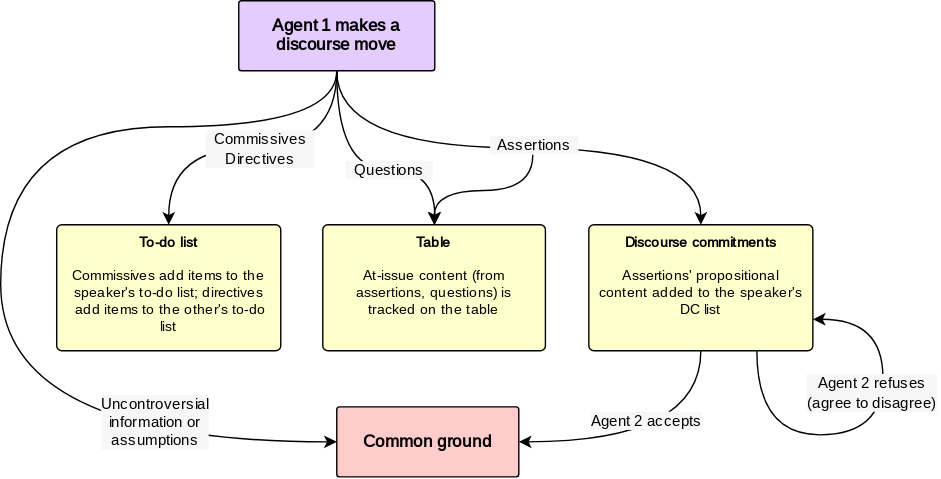
Before: assets/images/discourse-sim-fig2.svg, a diagram exported from draw.io (jakewvincent/jakewvincent.github.io). Source tidied: cells renumbered, new cells last; positions are measured from the earlier drawing's top-left corner, leaving out a move shared by most shapes. Its diagram source:
```xml
<mxGraphModel>
  <root>
    <mxCell id="0" />
    <mxCell id="1" parent="0" />
    <mxCell id="2" style="edgeStyle=orthogonalEdgeStyle;rounded=0;jettySize=auto;html=1;exitX=0.5;exitY=0;exitDx=0;exitDy=0;curved=1;startArrow=classic;startFill=1;endArrow=none;endFill=0;fontFamily=Merriweather Sans;fontSource=https%3A%2F%2Ffonts.googleapis.com%2Fcss%3Ffamily%3DMerriweather%2BSans;" parent="1" edge="1" source="14">
      <mxGeometry relative="1" as="geometry">
        <mxPoint x="380" y="110" as="targetPoint" />
      </mxGeometry>
    </mxCell>
    <mxCell id="3" style="edgeStyle=orthogonalEdgeStyle;rounded=0;jettySize=auto;html=1;exitX=0.5;exitY=1;exitDx=0;exitDy=0;entryX=0;entryY=0.5;entryDx=0;entryDy=0;curved=1;fontFamily=Merriweather Sans;fontSource=https%3A%2F%2Ffonts.googleapis.com%2Fcss%3Ffamily%3DMerriweather%2BSans;" parent="1" edge="1" source="11" target="12">
      <mxGeometry relative="1" as="geometry">
        <Array as="points">
          <mxPoint x="240" y="90" />
          <mxPoint y="90" />
          <mxPoint y="315" />
        </Array>
      </mxGeometry>
    </mxCell>
    <mxCell id="4" value="Uncontroversial&lt;div&gt;information or&lt;/div&gt;&lt;div&gt;assumptions&lt;/div&gt;" style="edgeLabel;html=1;align=center;verticalAlign=middle;fontFamily=Merriweather Sans;fontSource=https%3A%2F%2Ffonts.googleapis.com%2Fcss%3Ffamily%3DMerriweather%2BSans;labelBackgroundColor=#F7F7F7;" parent="3" vertex="1">
      <mxGeometry x="-0.04" relative="1" as="geometry">
        <mxPoint x="110" y="132" as="offset" />
      </mxGeometry>
    </mxCell>
    <mxCell id="5" style="edgeStyle=orthogonalEdgeStyle;rounded=0;jettySize=auto;html=1;exitX=0.5;exitY=1;exitDx=0;exitDy=0;entryX=0.5;entryY=0;entryDx=0;entryDy=0;curved=1;fontFamily=Merriweather Sans;fontSource=https%3A%2F%2Ffonts.googleapis.com%2Fcss%3Ffamily%3DMerriweather%2BSans;" parent="1" edge="1" source="11" target="13">
      <mxGeometry relative="1" as="geometry" />
    </mxCell>
    <mxCell id="6" value="&amp;nbsp; Commissives &amp;nbsp;&lt;div&gt;Directives&lt;/div&gt;" style="edgeLabel;html=1;align=center;verticalAlign=middle;fontFamily=Merriweather Sans;fontSource=https%3A%2F%2Ffonts.googleapis.com%2Fcss%3Ffamily%3DMerriweather%2BSans;labelBackgroundColor=#F7F7F7;" parent="5" vertex="1">
      <mxGeometry x="-0.04" y="1" relative="1" as="geometry" />
    </mxCell>
    <mxCell id="7" style="edgeStyle=orthogonalEdgeStyle;rounded=0;jettySize=auto;html=1;exitX=0.5;exitY=1;exitDx=0;exitDy=0;entryX=0.5;entryY=0;entryDx=0;entryDy=0;curved=1;fontFamily=Merriweather Sans;fontSource=https%3A%2F%2Ffonts.googleapis.com%2Fcss%3Ffamily%3DMerriweather%2BSans;" parent="1" edge="1" source="11" target="14">
      <mxGeometry relative="1" as="geometry">
        <Array as="points">
          <mxPoint x="240" y="120" />
          <mxPoint x="310" y="120" />
          <mxPoint x="310" y="160" />
        </Array>
      </mxGeometry>
    </mxCell>
    <mxCell id="8" value="&amp;nbsp; Questions &amp;nbsp;" style="edgeLabel;html=1;align=center;verticalAlign=middle;fontFamily=Merriweather Sans;fontSource=https%3A%2F%2Ffonts.googleapis.com%2Fcss%3Ffamily%3DMerriweather%2BSans;labelBackgroundColor=#F7F7F7;" parent="7" vertex="1">
      <mxGeometry x="-0.07" y="-1" relative="1" as="geometry">
        <mxPoint x="22" as="offset" />
      </mxGeometry>
    </mxCell>
    <mxCell id="9" style="edgeStyle=orthogonalEdgeStyle;rounded=0;jettySize=auto;html=1;exitX=0.5;exitY=1;exitDx=0;exitDy=0;entryX=0.5;entryY=0;entryDx=0;entryDy=0;curved=1;fontFamily=Merriweather Sans;fontSource=https%3A%2F%2Ffonts.googleapis.com%2Fcss%3Ffamily%3DMerriweather%2BSans;" parent="1" edge="1" source="11" target="17">
      <mxGeometry relative="1" as="geometry" />
    </mxCell>
    <mxCell id="10" value="&amp;nbsp; Assertions &amp;nbsp;" style="edgeLabel;html=1;align=center;verticalAlign=middle;fontFamily=Merriweather Sans;fontSource=https%3A%2F%2Ffonts.googleapis.com%2Fcss%3Ffamily%3DMerriweather%2BSans;spacingLeft=0;spacingBottom=0;spacing=2;labelPadding=0;noLabel=0;labelBackgroundColor=#F7F7F7;" parent="9" vertex="1">
      <mxGeometry x="0.02" y="2" relative="1" as="geometry">
        <mxPoint x="7" as="offset" />
      </mxGeometry>
    </mxCell>
    <mxCell id="11" value="&lt;font style=&quot;font-size: 12px;&quot;&gt;&lt;b&gt;Agent 1 makes a discourse move&lt;/b&gt;&lt;/font&gt;" style="rounded=1;whiteSpace=wrap;html=1;verticalAlign=top;spacingTop=4;arcSize=4;fontFamily=Merriweather Sans;fontSource=https%3A%2F%2Ffonts.googleapis.com%2Fcss%3Ffamily%3DMerriweather%2BSans;fontSize=10;fillColor=#E5CCFF;spacingLeft=5;spacingBottom=5;spacingRight=5;" parent="1" vertex="1">
      <mxGeometry x="170" width="140" height="50" as="geometry" />
    </mxCell>
    <mxCell id="12" value="&lt;font style=&quot;font-size: 12px;&quot;&gt;&lt;b&gt;Common ground&lt;/b&gt;&lt;/font&gt;" style="rounded=1;whiteSpace=wrap;html=1;verticalAlign=middle;arcSize=4;glass=0;miterlimit=4;fillColor=#FFCCCC;fontFamily=Merriweather Sans;fontSource=https%3A%2F%2Ffonts.googleapis.com%2Fcss%3Ffamily%3DMerriweather%2BSans;fontSize=10;spacingTop=0;" parent="1" vertex="1">
      <mxGeometry x="240" y="290" width="130" height="50" as="geometry" />
    </mxCell>
    <mxCell id="13" value="&lt;b&gt;To-do list&lt;/b&gt;&lt;div&gt;&lt;br&gt;&lt;/div&gt;&lt;div style=&quot;&quot;&gt;Commissives add items to the speaker's to-do list; directives &amp;nbsp;add items to the other's to-do list&lt;/div&gt;" style="rounded=1;whiteSpace=wrap;html=1;verticalAlign=top;spacingLeft=5;spacingRight=5;spacingBottom=5;arcSize=4;fontFamily=Merriweather Sans;fontSource=https%3A%2F%2Ffonts.googleapis.com%2Fcss%3Ffamily%3DMerriweather%2BSans;fontSize=10;fillColor=#FFFFCC;align=center;" parent="1" vertex="1">
      <mxGeometry x="40" y="160" width="160" height="90" as="geometry" />
    </mxCell>
    <mxCell id="14" value="&lt;b&gt;Table&lt;/b&gt;&lt;div&gt;&lt;br&gt;&lt;/div&gt;&lt;div style=&quot;&quot;&gt;At-issue content (from assertions, questions) is tracked on the table&lt;/div&gt;" style="rounded=1;whiteSpace=wrap;html=1;verticalAlign=top;spacingLeft=5;spacingBottom=5;spacingRight=5;arcSize=4;fontFamily=Merriweather Sans;fontSource=https%3A%2F%2Ffonts.googleapis.com%2Fcss%3Ffamily%3DMerriweather%2BSans;fontSize=10;fillColor=#FFFFCC;align=center;" parent="1" vertex="1">
      <mxGeometry x="230" y="160" width="159" height="90" as="geometry" />
    </mxCell>
    <mxCell id="15" style="edgeStyle=orthogonalEdgeStyle;rounded=0;jettySize=auto;html=1;exitX=0.5;exitY=1;exitDx=0;exitDy=0;entryX=1;entryY=0.5;entryDx=0;entryDy=0;curved=1;fontFamily=Merriweather Sans;fontSource=https%3A%2F%2Ffonts.googleapis.com%2Fcss%3Ffamily%3DMerriweather%2BSans;" parent="1" edge="1" source="17" target="12">
      <mxGeometry relative="1" as="geometry" />
    </mxCell>
    <mxCell id="16" value="Agent 2 accepts" style="edgeLabel;html=1;align=center;verticalAlign=middle;fontFamily=Merriweather Sans;fontSource=https%3A%2F%2Ffonts.googleapis.com%2Fcss%3Ffamily%3DMerriweather%2BSans;labelBackgroundColor=#F7F7F7;" parent="15" vertex="1">
      <mxGeometry x="-0.01" relative="1" as="geometry">
        <mxPoint x="-8" y="-15" as="offset" />
      </mxGeometry>
    </mxCell>
    <mxCell id="17" value="&lt;b&gt;Discourse commitments&lt;/b&gt;&lt;div&gt;&lt;br&gt;&lt;/div&gt;&lt;div style=&quot;&quot;&gt;Assertions' propositional content added to the speaker's DC list&lt;/div&gt;" style="rounded=1;whiteSpace=wrap;html=1;verticalAlign=top;spacingLeft=5;spacingRight=5;spacingBottom=5;arcSize=4;fontFamily=Merriweather Sans;fontSource=https%3A%2F%2Ffonts.googleapis.com%2Fcss%3Ffamily%3DMerriweather%2BSans;fontSize=10;fillColor=#FFFFCC;align=center;" parent="1" vertex="1">
      <mxGeometry x="420" y="160" width="160" height="90" as="geometry" />
    </mxCell>
    <mxCell id="18" style="edgeStyle=orthogonalEdgeStyle;rounded=0;orthogonalLoop=1;jettySize=auto;html=1;exitX=0.75;exitY=1;exitDx=0;exitDy=0;entryX=1;entryY=0.75;entryDx=0;entryDy=0;curved=1;fontFamily=Merriweather Sans;fontSource=https%3A%2F%2Ffonts.googleapis.com%2Fcss%3Ffamily%3DMerriweather%2BSans;" parent="1" edge="1" source="17" target="17">
      <mxGeometry relative="1" as="geometry">
        <Array as="points">
          <mxPoint x="540" y="310" />
          <mxPoint x="630" y="310" />
          <mxPoint x="630" y="228" />
        </Array>
      </mxGeometry>
    </mxCell>
    <mxCell id="19" value="Agent 2 refuses&lt;div&gt;(agree to disagree)&lt;/div&gt;" style="edgeLabel;html=1;align=center;verticalAlign=middle;fontFamily=Merriweather Sans;fontSource=https%3A%2F%2Ffonts.googleapis.com%2Fcss%3Ffamily%3DMerriweather%2BSans;labelBackgroundColor=#F7F7F7;" parent="18" vertex="1">
      <mxGeometry x="0.13" y="8" relative="1" as="geometry">
        <mxPoint y="-20" as="offset" />
      </mxGeometry>
    </mxCell>
  </root>
</mxGraphModel>
```
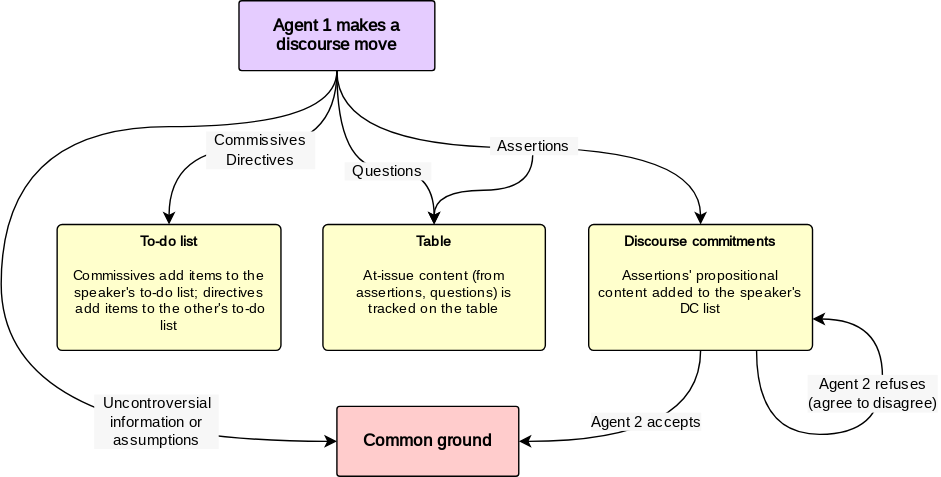
Above is the later version.

Diff of the diagram source:
```diff
@@ -16,7 +16,7 @@
         </Array>
       </mxGeometry>
     </mxCell>
-    <mxCell id="4" value="Uncontroversial&lt;div&gt;information or&lt;/div&gt;&lt;div&gt;assumptions&lt;/div&gt;" style="edgeLabel;html=1;align=center;verticalAlign=middle;fontFamily=Merriweather Sans;fontSource=https%3A%2F%2Ffonts.googleapis.com%2Fcss%3Ffamily%3DMerriweather%2BSans;labelBackgroundColor=#F7F7F7;" parent="3" vertex="1">
+    <mxCell id="4" value="&amp;nbsp; Uncontroversial &amp;nbsp;&lt;div&gt;information or&lt;/div&gt;&lt;div&gt;assumptions&lt;/div&gt;" style="edgeLabel;html=1;align=center;verticalAlign=middle;fontFamily=Merriweather Sans;fontSource=https%3A%2F%2Ffonts.googleapis.com%2Fcss%3Ffamily%3DMerriweather%2BSans;labelBackgroundColor=#F7F7F7;" parent="3" vertex="1">
       <mxGeometry x="-0.04" relative="1" as="geometry">
         <mxPoint x="110" y="132" as="offset" />
       </mxGeometry>
```
